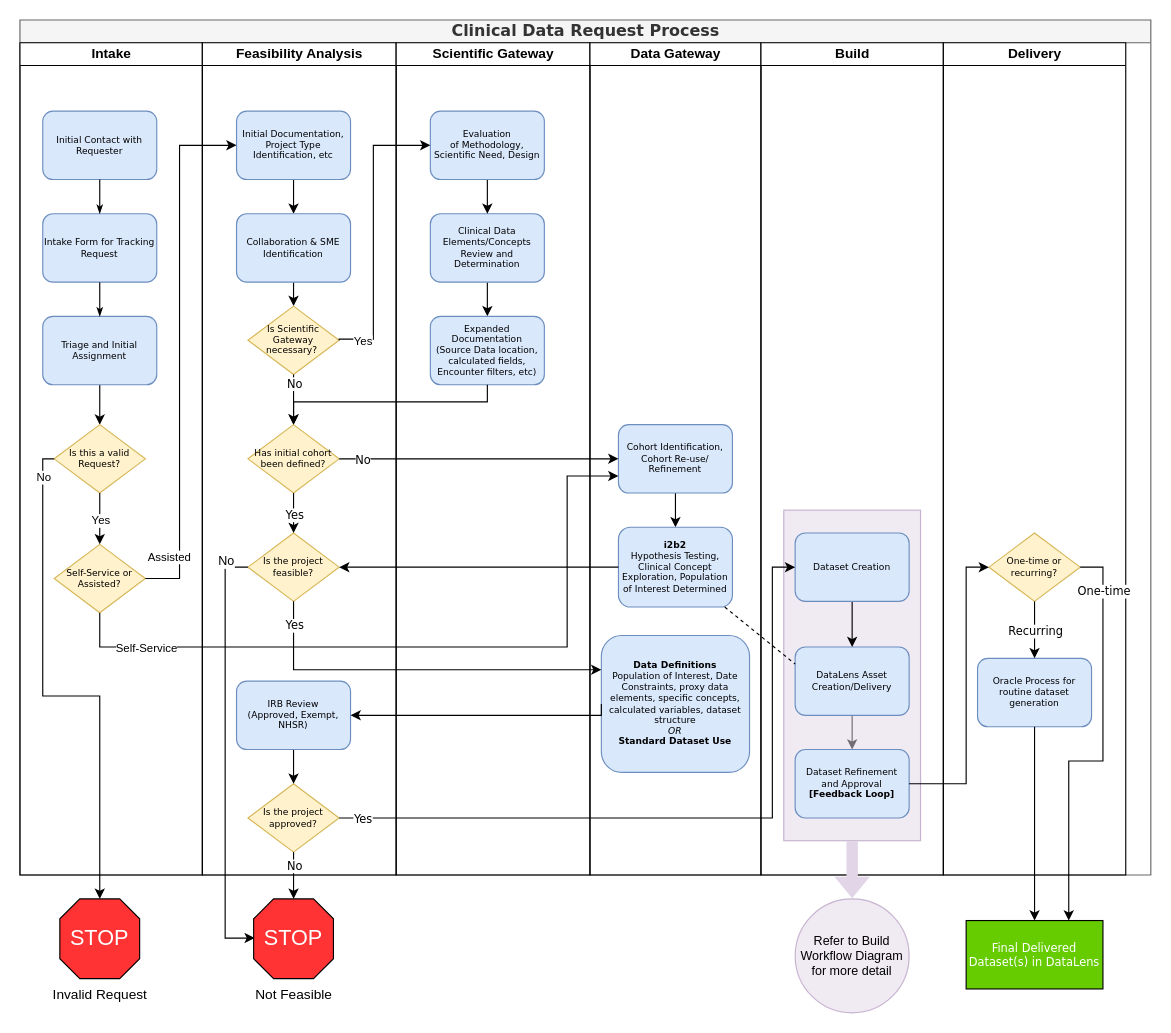
This is page "Overall Workflow" (1 of 2) of Clinical Data Request.drawio from ntimkovich/UAB-II-Diagrams, a draw.io file, before an edit. Source tidied: cells renumbered, new cells numbered last; positions are measured from the earlier drawing's top-left corner, leaving out a move shared by most shapes. Both pictures are drawn from the tidied source at 114%, with x=0, y=0 at pixel (19, 19).
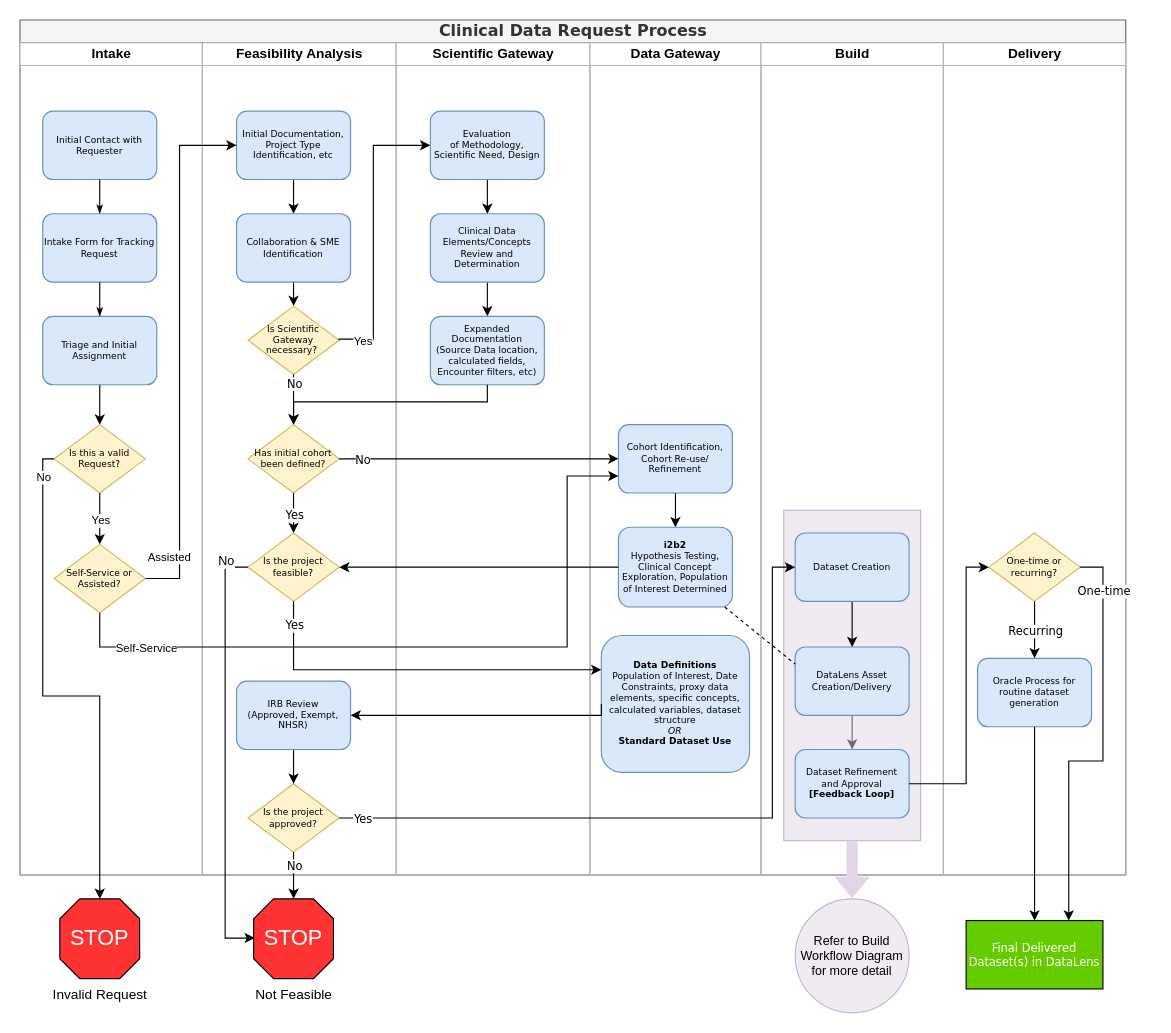
Above is the later version.

What changed in the source:
```diff
@@
     <mxCell id="2" value="Clinical Data Request Process" style="swimlane;html=1;startSize=20;rounded=0;shadow=0;labelBackgroundColor=none;strokeWidth=1;fontFamily=Verdana;fontSize=14;align=center;fillColor=#f5f5f5;fontColor=#333333;strokeColor=#666666;" parent="1" vertex="1">
-      <mxGeometry width="992" height="750" as="geometry" />
+      <mxGeometry width="970" height="750" as="geometry" />
     </mxCell>
-    <mxCell id="3" value="Intake" style="swimlane;html=1;startSize=20;" parent="2" vertex="1">
+    <mxCell id="3" value="Intake" style="swimlane;html=1;startSize=20;strokeColor=#B3B3B3;fillStyle=solid;" parent="2" vertex="1">
       <mxGeometry y="20" width="160" height="730" as="geometry" />
     </mxCell>
@@
-    <mxCell id="14" value="Feasibility Analysis" style="swimlane;html=1;startSize=20;" parent="2" vertex="1">
+    <mxCell id="14" value="Feasibility Analysis" style="swimlane;html=1;startSize=20;strokeColor=#B3B3B3;" parent="2" vertex="1">
       <mxGeometry x="160" y="20" width="170" height="730" as="geometry" />
     </mxCell>
@@
-    <mxCell id="29" value="Scientific Gateway" style="swimlane;html=1;startSize=20;" parent="2" vertex="1">
+    <mxCell id="29" value="Scientific Gateway" style="swimlane;html=1;startSize=20;strokeColor=#B3B3B3;" parent="2" vertex="1">
       <mxGeometry x="330" y="20" width="170" height="730" as="geometry" />
     </mxCell>
@@
-    <mxCell id="35" value="Data Gateway" style="swimlane;html=1;startSize=20;" parent="2" vertex="1">
+    <mxCell id="35" value="Data Gateway" style="swimlane;html=1;startSize=20;strokeColor=#B3B3B3;" parent="2" vertex="1">
       <mxGeometry x="500" y="20" width="150" height="730" as="geometry" />
     </mxCell>
@@
-    <mxCell id="40" value="Build" style="swimlane;html=1;startSize=20;" parent="2" vertex="1">
+    <mxCell id="40" value="Build" style="swimlane;html=1;startSize=20;strokeColor=#B3B3B3;" parent="2" vertex="1">
       <mxGeometry x="650" y="20" width="160" height="730" as="geometry" />
     </mxCell>
@@
-    <mxCell id="47" value="Delivery" style="swimlane;html=1;startSize=20;" parent="2" vertex="1">
+    <mxCell id="47" value="Delivery" style="swimlane;html=1;startSize=20;strokeColor=#B3B3B3;" parent="2" vertex="1">
       <mxGeometry x="810" y="20" width="160" height="730" as="geometry" />
     </mxCell>
```
